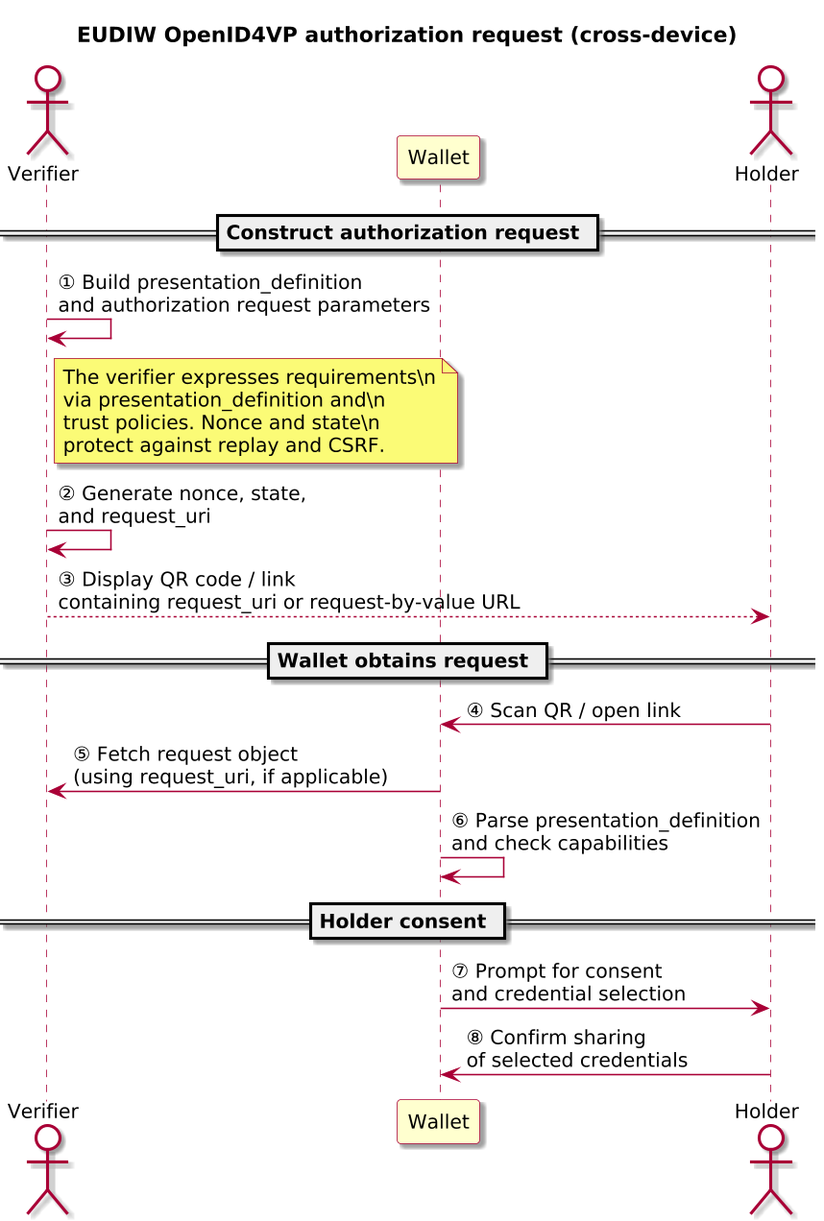
ivanstambuk/openauth-sim keeps this PlantUML diagram as docs/3-reference/protocols/diagrams/eudiw-openid4vp-authorization-request.png. Above is the earlier version.
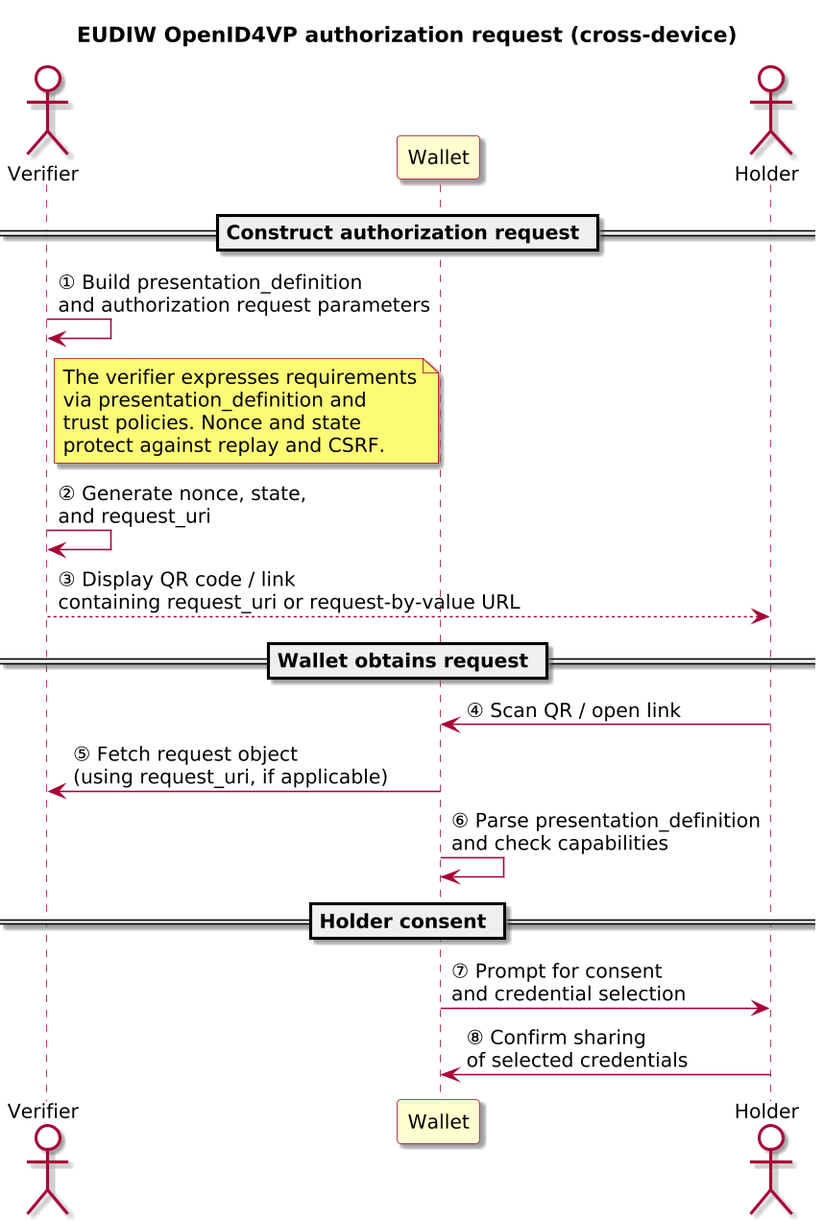
The same file after the commit.

The edit, as a diff of the source:
```diff
@@ -36,9 +36,9 @@
 
 Verifier -> Verifier: ① Build presentation_definition\nand authorization request parameters
 note right of Verifier
-  The verifier expresses requirements\n
-  via presentation_definition and\n
-  trust policies. Nonce and state\n
+  The verifier expresses requirements
+  via presentation_definition and
+  trust policies. Nonce and state
   protect against replay and CSRF.
 end note
 
```
